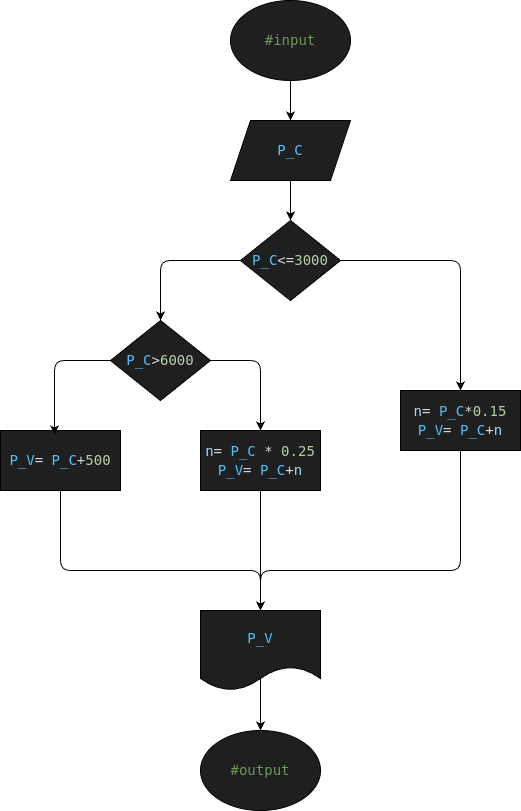
This is exercise_6/diagram.png from Br0k3nSt4r/conditional_workshop, a draw.io export, as it was before one commit. Source tidied: cells renumbered, new cells last; positions are measured from the earlier drawing's top-left corner, leaving out a move shared by most shapes. The source it was exported from:
```xml
<mxGraphModel>
  <root>
    <mxCell id="0" />
    <mxCell id="1" parent="0" />
    <mxCell id="2" style="edgeStyle=none;html=1;" parent="1" edge="1" source="3" target="5">
      <mxGeometry relative="1" as="geometry" />
    </mxCell>
    <mxCell id="3" value="&lt;div style=&quot;color: rgb(204, 204, 204); background-color: rgb(31, 31, 31); font-family: &amp;quot;Droid Sans Mono&amp;quot;, &amp;quot;monospace&amp;quot;, monospace; font-size: 14px; line-height: 19px; white-space: pre;&quot;&gt;&lt;span style=&quot;color: #6a9955;&quot;&gt;#input&lt;/span&gt;&lt;/div&gt;" style="ellipse;whiteSpace=wrap;html=1;fillColor=#1F1F1F;" parent="1" vertex="1">
      <mxGeometry x="230" width="120" height="80" as="geometry" />
    </mxCell>
    <mxCell id="4" style="edgeStyle=none;html=1;entryX=0.5;entryY=0;entryDx=0;entryDy=0;" parent="1" edge="1" source="5" target="10">
      <mxGeometry relative="1" as="geometry" />
    </mxCell>
    <mxCell id="5" value="&lt;div style=&quot;color: rgb(204, 204, 204); background-color: rgb(31, 31, 31); font-family: &amp;quot;Droid Sans Mono&amp;quot;, &amp;quot;monospace&amp;quot;, monospace; font-size: 14px; line-height: 19px; white-space: pre;&quot;&gt;&lt;span style=&quot;color: #4fc1ff;&quot;&gt;P_C&lt;/span&gt;&lt;/div&gt;" style="shape=parallelogram;perimeter=parallelogramPerimeter;whiteSpace=wrap;html=1;fixedSize=1;fillColor=#1F1F1F;" parent="1" vertex="1">
      <mxGeometry x="230" y="120" width="120" height="60" as="geometry" />
    </mxCell>
    <mxCell id="6" style="edgeStyle=none;html=1;entryX=0.5;entryY=0;entryDx=0;entryDy=0;" parent="1" edge="1" source="7" target="12">
      <mxGeometry relative="1" as="geometry">
        <Array as="points">
          <mxPoint x="260" y="360" />
        </Array>
      </mxGeometry>
    </mxCell>
    <mxCell id="7" value="&lt;div style=&quot;color: rgb(204, 204, 204); background-color: rgb(31, 31, 31); font-family: &amp;quot;Droid Sans Mono&amp;quot;, &amp;quot;monospace&amp;quot;, monospace; font-size: 14px; line-height: 19px; white-space: pre;&quot;&gt;&lt;span style=&quot;color: #4fc1ff;&quot;&gt;P_C&lt;/span&gt;&lt;span style=&quot;color: #d4d4d4;&quot;&gt;&amp;gt;&lt;/span&gt;&lt;span style=&quot;color: #b5cea8;&quot;&gt;6000&lt;/span&gt;&lt;/div&gt;" style="rhombus;whiteSpace=wrap;html=1;fillColor=#1F1F1F;" parent="1" vertex="1">
      <mxGeometry x="110" y="320" width="100" height="80" as="geometry" />
    </mxCell>
    <mxCell id="8" style="edgeStyle=none;html=1;entryX=0.5;entryY=0;entryDx=0;entryDy=0;" parent="1" edge="1" source="10" target="7">
      <mxGeometry relative="1" as="geometry">
        <Array as="points">
          <mxPoint x="160" y="260" />
        </Array>
      </mxGeometry>
    </mxCell>
    <mxCell id="9" style="edgeStyle=none;html=1;entryX=0.5;entryY=0;entryDx=0;entryDy=0;" parent="1" edge="1" source="10" target="14">
      <mxGeometry relative="1" as="geometry">
        <Array as="points">
          <mxPoint x="460" y="260" />
        </Array>
      </mxGeometry>
    </mxCell>
    <mxCell id="10" value="&lt;div style=&quot;color: rgb(204, 204, 204); background-color: rgb(31, 31, 31); font-family: &amp;quot;Droid Sans Mono&amp;quot;, &amp;quot;monospace&amp;quot;, monospace; font-size: 14px; line-height: 19px; white-space: pre;&quot;&gt;&lt;span style=&quot;color: #4fc1ff;&quot;&gt;P_C&lt;/span&gt;&lt;span style=&quot;color: #d4d4d4;&quot;&gt;&amp;lt;=&lt;/span&gt;&lt;span style=&quot;color: #b5cea8;&quot;&gt;3000&lt;/span&gt;&lt;/div&gt;" style="rhombus;whiteSpace=wrap;html=1;fillColor=#1F1F1F;" parent="1" vertex="1">
      <mxGeometry x="240" y="220" width="100" height="80" as="geometry" />
    </mxCell>
    <mxCell id="11" style="edgeStyle=none;html=1;entryX=0.5;entryY=0;entryDx=0;entryDy=0;" parent="1" edge="1" source="12" target="18">
      <mxGeometry relative="1" as="geometry" />
    </mxCell>
    <mxCell id="12" value="&lt;div style=&quot;background-color: rgb(31, 31, 31); font-family: &amp;quot;Droid Sans Mono&amp;quot;, &amp;quot;monospace&amp;quot;, monospace; font-size: 14px; line-height: 19px; white-space: pre;&quot;&gt;&lt;div style=&quot;color: rgb(204, 204, 204); line-height: 19px;&quot;&gt;&lt;span style=&quot;color: #9cdcfe;&quot;&gt;n&lt;/span&gt;&lt;span style=&quot;color: #d4d4d4;&quot;&gt;=&lt;/span&gt;&lt;span style=&quot;color: #cccccc;&quot;&gt; &lt;/span&gt;&lt;span style=&quot;color: #4fc1ff;&quot;&gt;P_C&lt;/span&gt;&lt;span style=&quot;color: #cccccc;&quot;&gt; &lt;/span&gt;&lt;span style=&quot;color: #d4d4d4;&quot;&gt;*&lt;/span&gt;&lt;span style=&quot;color: #cccccc;&quot;&gt; &lt;/span&gt;&lt;span style=&quot;color: #b5cea8;&quot;&gt;0.25&lt;/span&gt;&lt;/div&gt;&lt;/div&gt;&lt;div style=&quot;color: rgb(204, 204, 204); background-color: rgb(31, 31, 31); font-family: &amp;quot;Droid Sans Mono&amp;quot;, &amp;quot;monospace&amp;quot;, monospace; font-size: 14px; line-height: 19px; white-space: pre;&quot;&gt;&lt;div style=&quot;color: rgb(204, 204, 204); line-height: 19px;&quot;&gt;&lt;span style=&quot;color: #4fc1ff;&quot;&gt;P_V&lt;/span&gt;&lt;span style=&quot;color: #d4d4d4;&quot;&gt;=&lt;/span&gt;&lt;span style=&quot;color: #cccccc;&quot;&gt; &lt;/span&gt;&lt;span style=&quot;color: #4fc1ff;&quot;&gt;P_C&lt;/span&gt;&lt;span style=&quot;color: #d4d4d4;&quot;&gt;+&lt;/span&gt;&lt;span style=&quot;color: #9cdcfe;&quot;&gt;n&lt;/span&gt;&lt;/div&gt;&lt;/div&gt;" style="rounded=0;whiteSpace=wrap;html=1;fillColor=#1F1F1F;" parent="1" vertex="1">
      <mxGeometry x="200" y="430" width="120" height="60" as="geometry" />
    </mxCell>
    <mxCell id="13" style="edgeStyle=none;html=1;entryX=0.5;entryY=0;entryDx=0;entryDy=0;" parent="1" edge="1" source="14" target="18">
      <mxGeometry relative="1" as="geometry">
        <Array as="points">
          <mxPoint x="460" y="570" />
          <mxPoint x="260" y="570" />
        </Array>
      </mxGeometry>
    </mxCell>
    <mxCell id="14" value="&lt;div style=&quot;color: rgb(204, 204, 204); background-color: rgb(31, 31, 31); font-family: &amp;quot;Droid Sans Mono&amp;quot;, &amp;quot;monospace&amp;quot;, monospace; font-size: 14px; line-height: 19px; white-space: pre;&quot;&gt;&lt;span style=&quot;color: #9cdcfe;&quot;&gt;n&lt;/span&gt;&lt;span style=&quot;color: #d4d4d4;&quot;&gt;=&lt;/span&gt;&lt;span style=&quot;color: #cccccc;&quot;&gt; &lt;/span&gt;&lt;span style=&quot;color: #4fc1ff;&quot;&gt;P_C&lt;/span&gt;&lt;span style=&quot;color: #d4d4d4;&quot;&gt;*&lt;/span&gt;&lt;span style=&quot;color: #b5cea8;&quot;&gt;0.15&lt;/span&gt;&lt;/div&gt;&lt;div style=&quot;color: rgb(204, 204, 204); background-color: rgb(31, 31, 31); font-family: &amp;quot;Droid Sans Mono&amp;quot;, &amp;quot;monospace&amp;quot;, monospace; font-size: 14px; line-height: 19px; white-space: pre;&quot;&gt;&lt;div style=&quot;color: rgb(204, 204, 204); line-height: 19px;&quot;&gt;&lt;span style=&quot;color: #4fc1ff;&quot;&gt;P_V&lt;/span&gt;&lt;span style=&quot;color: #d4d4d4;&quot;&gt;=&lt;/span&gt;&lt;span style=&quot;color: #cccccc;&quot;&gt; &lt;/span&gt;&lt;span style=&quot;color: #4fc1ff;&quot;&gt;P_C&lt;/span&gt;&lt;span style=&quot;color: #d4d4d4;&quot;&gt;+&lt;/span&gt;&lt;span style=&quot;color: #9cdcfe;&quot;&gt;n&lt;/span&gt;&lt;/div&gt;&lt;/div&gt;" style="rounded=0;whiteSpace=wrap;html=1;fillColor=#1F1F1F;" parent="1" vertex="1">
      <mxGeometry x="400" y="390" width="120" height="60" as="geometry" />
    </mxCell>
    <mxCell id="15" style="edgeStyle=none;html=1;entryX=0.5;entryY=0;entryDx=0;entryDy=0;" parent="1" edge="1" source="16" target="18">
      <mxGeometry relative="1" as="geometry">
        <Array as="points">
          <mxPoint x="60" y="570" />
          <mxPoint x="260" y="570" />
        </Array>
      </mxGeometry>
    </mxCell>
    <mxCell id="16" value="&lt;div style=&quot;color: rgb(204, 204, 204); background-color: rgb(31, 31, 31); font-family: &amp;quot;Droid Sans Mono&amp;quot;, &amp;quot;monospace&amp;quot;, monospace; font-size: 14px; line-height: 19px; white-space: pre;&quot;&gt;&lt;span style=&quot;color: #4fc1ff;&quot;&gt;P_V&lt;/span&gt;&lt;span style=&quot;color: #d4d4d4;&quot;&gt;=&lt;/span&gt;&lt;span style=&quot;color: #cccccc;&quot;&gt; &lt;/span&gt;&lt;span style=&quot;color: #4fc1ff;&quot;&gt;P_C&lt;/span&gt;&lt;span style=&quot;color: #d4d4d4;&quot;&gt;+&lt;/span&gt;&lt;span style=&quot;color: #b5cea8;&quot;&gt;500&lt;/span&gt;&lt;/div&gt;" style="rounded=0;whiteSpace=wrap;html=1;fillColor=#1F1F1F;" parent="1" vertex="1">
      <mxGeometry y="430" width="120" height="60" as="geometry" />
    </mxCell>
    <mxCell id="17" style="edgeStyle=none;html=1;exitX=0.5;exitY=0;exitDx=0;exitDy=0;" parent="1" edge="1" source="18" target="19">
      <mxGeometry relative="1" as="geometry" />
    </mxCell>
    <mxCell id="18" value="&lt;div style=&quot;color: rgb(204, 204, 204); background-color: rgb(31, 31, 31); font-family: &amp;quot;Droid Sans Mono&amp;quot;, &amp;quot;monospace&amp;quot;, monospace; font-size: 14px; line-height: 19px; white-space: pre;&quot;&gt;&lt;span style=&quot;color: #4fc1ff;&quot;&gt;P_V&lt;/span&gt;&lt;/div&gt;" style="shape=document;whiteSpace=wrap;html=1;boundedLbl=1;fillColor=#1F1F1F;" parent="1" vertex="1">
      <mxGeometry x="200" y="610" width="120" height="80" as="geometry" />
    </mxCell>
    <mxCell id="19" value="&lt;div style=&quot;color: rgb(204, 204, 204); background-color: rgb(31, 31, 31); font-family: &amp;quot;Droid Sans Mono&amp;quot;, &amp;quot;monospace&amp;quot;, monospace; font-size: 14px; line-height: 19px; white-space: pre;&quot;&gt;&lt;span style=&quot;color: #6a9955;&quot;&gt;#output&lt;/span&gt;&lt;/div&gt;" style="ellipse;whiteSpace=wrap;html=1;fillColor=#1F1F1F;" parent="1" vertex="1">
      <mxGeometry x="200" y="730" width="120" height="80" as="geometry" />
    </mxCell>
    <mxCell id="20" style="edgeStyle=none;html=1;entryX=0.45;entryY=0.067;entryDx=0;entryDy=0;entryPerimeter=0;" parent="1" edge="1" source="7" target="16">
      <mxGeometry relative="1" as="geometry">
        <Array as="points">
          <mxPoint x="54" y="360" />
        </Array>
      </mxGeometry>
    </mxCell>
  </root>
</mxGraphModel>
```
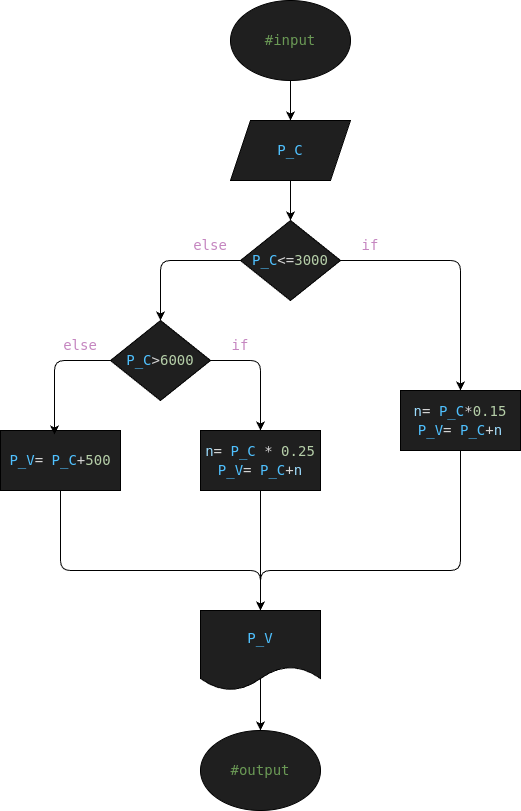
Later version of the same file.

Commit message:
Se actualizo el Repositorio General con Subcarpetas y todo

The edit, as a diff of the source:
```diff
@@ -85,5 +85,17 @@
         </Array>
       </mxGeometry>
     </mxCell>
+    <mxCell id="21" value="&lt;div style=&quot;color: rgb(204, 204, 204); font-family: &amp;quot;Droid Sans Mono&amp;quot;, &amp;quot;monospace&amp;quot;, monospace; font-size: 14px; line-height: 19px; white-space: pre;&quot;&gt;&lt;span style=&quot;color: rgb(197, 134, 192);&quot;&gt;else&lt;/span&gt;&lt;/div&gt;" style="text;html=1;align=center;verticalAlign=middle;whiteSpace=wrap;rounded=0;" parent="1" vertex="1">
+      <mxGeometry x="180" y="230" width="60" height="30" as="geometry" />
+    </mxCell>
+    <mxCell id="22" value="&lt;div style=&quot;color: rgb(204, 204, 204); font-family: &amp;quot;Droid Sans Mono&amp;quot;, &amp;quot;monospace&amp;quot;, monospace; font-size: 14px; line-height: 19px; white-space: pre;&quot;&gt;&lt;span style=&quot;color: rgb(197, 134, 192);&quot;&gt;if&lt;/span&gt;&lt;/div&gt;" style="text;html=1;align=center;verticalAlign=middle;whiteSpace=wrap;rounded=0;" parent="1" vertex="1">
+      <mxGeometry x="340" y="230" width="60" height="30" as="geometry" />
+    </mxCell>
+    <mxCell id="23" value="&lt;div style=&quot;color: rgb(204, 204, 204); font-family: &amp;quot;Droid Sans Mono&amp;quot;, &amp;quot;monospace&amp;quot;, monospace; font-size: 14px; line-height: 19px; white-space: pre;&quot;&gt;&lt;span style=&quot;color: rgb(197, 134, 192);&quot;&gt;else&lt;/span&gt;&lt;/div&gt;" style="text;html=1;align=center;verticalAlign=middle;whiteSpace=wrap;rounded=0;" parent="1" vertex="1">
+      <mxGeometry x="50" y="330" width="60" height="30" as="geometry" />
+    </mxCell>
+    <mxCell id="24" value="&lt;div style=&quot;color: rgb(204, 204, 204); font-family: &amp;quot;Droid Sans Mono&amp;quot;, &amp;quot;monospace&amp;quot;, monospace; font-size: 14px; line-height: 19px; white-space: pre;&quot;&gt;&lt;span style=&quot;color: rgb(197, 134, 192);&quot;&gt;if&lt;/span&gt;&lt;/div&gt;" style="text;html=1;align=center;verticalAlign=middle;whiteSpace=wrap;rounded=0;" parent="1" vertex="1">
+      <mxGeometry x="210" y="330" width="60" height="30" as="geometry" />
+    </mxCell>
   </root>
 </mxGraphModel>
```
